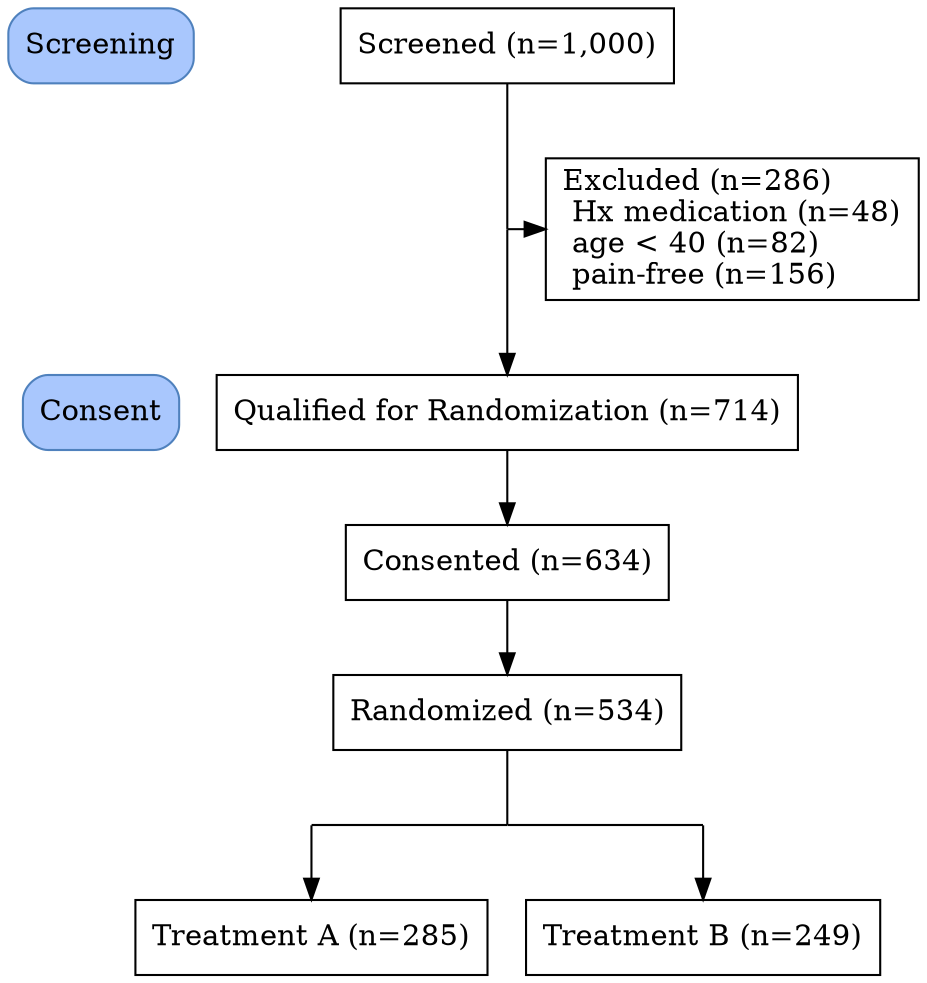
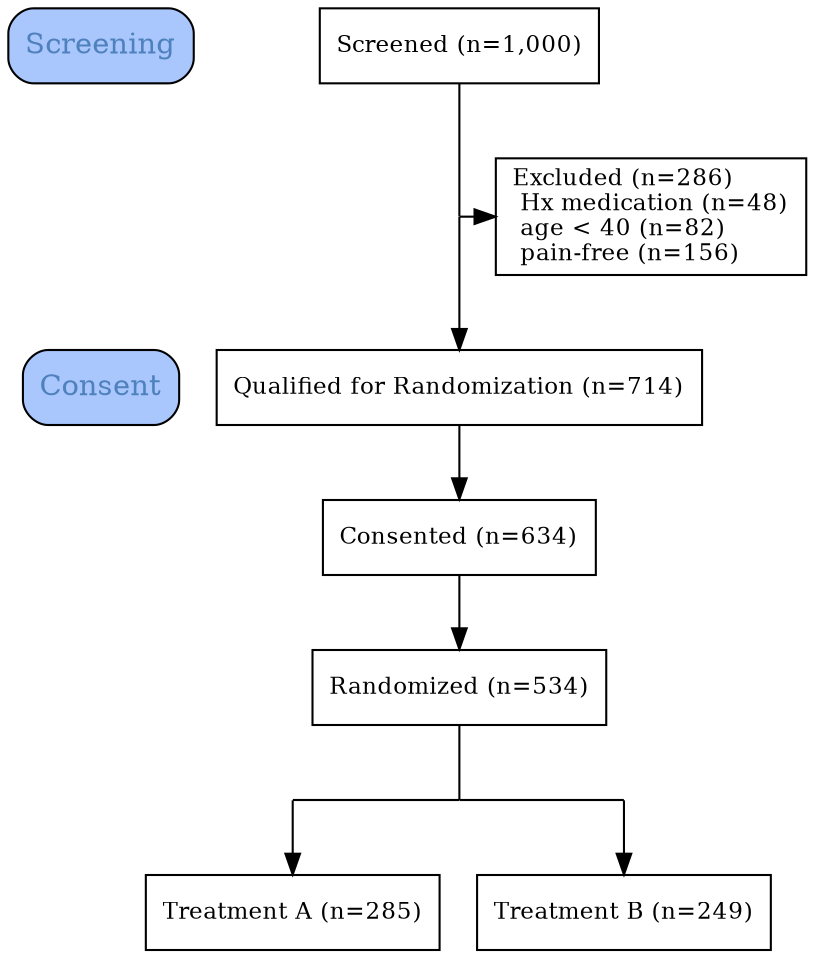
digraph consort_diagram {
  graph [layout = dot, splines=ortho]

- node [shape = rectangle, style = "rounded,filled", fillcolor = "#A9C7FD" color = "#4F81BD"]
- label8 [label = "Screening"]
- label9 [label = "Consent"]
+ node [shape = rectangle]

+ label8 [label = "Screening" fillcolor="#A9C7FD" style="rounded,filled" fontcolor="#4F81BD"]
+ label9 [label = "Consent" fillcolor="#A9C7FD" style="rounded,filled" fontcolor="#4F81BD"]

edge[style=invis];
label8 -> label9;


# node definitions with substituted label text
-   node [shape = rectangle, fillcolor = Biege, style="", fillcolor = "", color = ""]

- node1 [label = "Screened (n=1,000)" group=A1]
- node2 [label = "Excluded (n=286)\l Hx medication (n=48)\l age < 40 (n=82)\l pain-free (n=156)\l"]
- node3 [label = "Qualified for Randomization (n=714)" group=A1]
- node4 [label = "Consented (n=634)" group=A1]
- node5 [label = "Randomized (n=534)" group=A1]
- node6 [label = "Treatment A (n=285)" group=B1]
- node7 [label = "Treatment B (n=249)" group=B2]
+ node1 [label = "Screened (n=1,000)" group=A1 fillcolor="white" style="filled" fontcolor="black" fontsize=11.2]
+ node2 [label = "Excluded (n=286)\l Hx medication (n=48)\l age < 40 (n=82)\l pain-free (n=156)\l" fillcolor="white" style="filled" fontcolor="black" fontsize=11.2]
+ node3 [label = "Qualified for Randomization (n=714)" group=A1 fillcolor="white" style="filled" fontcolor="black" fontsize=11.2]
+ node4 [label = "Consented (n=634)" group=A1 fillcolor="white" style="filled" fontcolor="black" fontsize=11.2]
+ node5 [label = "Randomized (n=534)" group=A1 fillcolor="white" style="filled" fontcolor="black" fontsize=11.2]
+ node6 [label = "Treatment A (n=285)" group=B1 fillcolor="white" style="filled" fontcolor="black" fontsize=11.2]
+ node7 [label = "Treatment B (n=249)" group=B2 fillcolor="white" style="filled" fontcolor="black" fontsize=11.2]


## Invisible point node for joints

node [shape = point, width = 0, style=invis]

P1 [group=A1]
P2 [group=B1]
P3 [group=A1]
P4 [group=B2]

subgraph {
  rank = same; rankdir = LR; label8;  node1;
  }
subgraph {
  rank = same; rankdir = LR; P1; node2;
  }
subgraph {
  rank = same; rankdir = LR; label9;  node3;
  }
subgraph {
  rank = same; rankdir = LR; node4;
  }
subgraph {
  rank = same; rankdir = LR; node5;
  }
subgraph {
  rank = same; rankdir = LR; P2; P3; P4;
  }
subgraph {
  rank = same; rankdir = LR; node6; node7;
  }

- edge[style=""];
+ edge[color="black" penwidth=1 style="" arrowhead="normal" arrowsize=1.00];

node1 -> P1 [arrowhead = none];
P1 -> node2;
P1 -> node3;
node3 -> node4;
node4 -> node5;
node5 -> P3 [arrowhead = none];
P2 -> node6;
P4 -> node7;
P2 -> P3 -> P4 [arrowhead = none];


}
